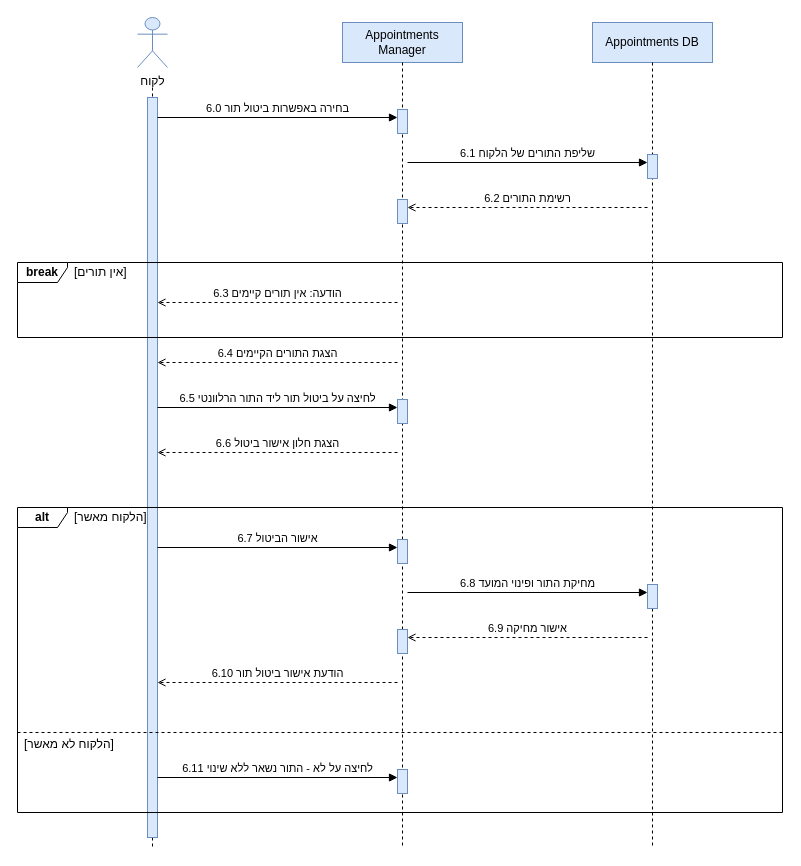
Above: diagrams/SEQ-SUC-6.drawio in arielkaplan20/project_Golden_Hair_Salon (draw.io), before the change. Source tidied: cells renumbered, new cells numbered last; positions are measured from the earlier drawing's top-left corner, leaving out a move shared by most shapes. Both pictures are drawn from the tidied source at 100%, with x=0, y=0 at pixel (17, 17).
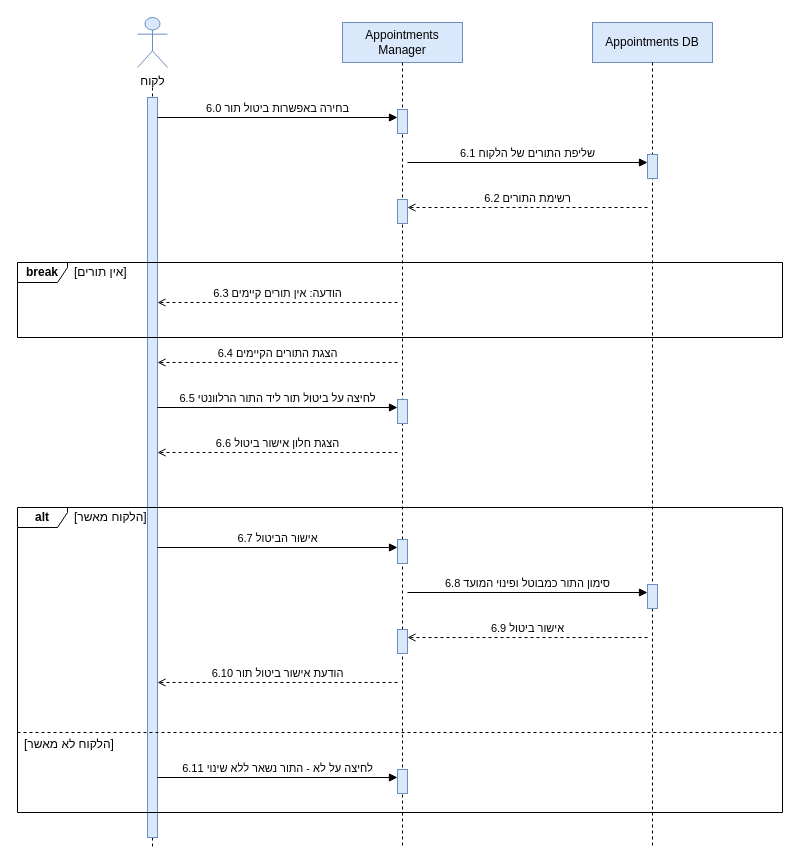
After the change.

Diff of the diagram source:
```diff
@@
-    <mxCell id="31" value="6.8 מחיקת התור ופינוי המועד" style="endArrow=block;endFill=1;html=1;rounded=0;verticalAlign=bottom;labelBackgroundColor=none;" parent="1" edge="1">
+    <mxCell id="31" value="6.8 סימון התור כמבוטל ופינוי המועד" style="endArrow=block;endFill=1;html=1;rounded=0;verticalAlign=bottom;labelBackgroundColor=none;" parent="1" edge="1">
       <mxGeometry relative="1" as="geometry">
         <mxPoint x="390" y="575" as="sourcePoint" />
         <mxPoint x="630" y="575" as="targetPoint" />
       </mxGeometry>
     </mxCell>
-    <mxCell id="32" value="6.9 אישור מחיקה" style="endArrow=open;endFill=0;html=1;rounded=0;dashed=1;verticalAlign=bottom;labelBackgroundColor=none;" parent="1" edge="1">
+    <mxCell id="32" value="6.9 אישור ביטול" style="endArrow=open;endFill=0;html=1;rounded=0;dashed=1;verticalAlign=bottom;labelBackgroundColor=none;" parent="1" edge="1">
       <mxGeometry relative="1" as="geometry">
         <mxPoint x="630" y="620" as="sourcePoint" />
         <mxPoint x="390" y="620" as="targetPoint" />
       </mxGeometry>
     </mxCell>
```
